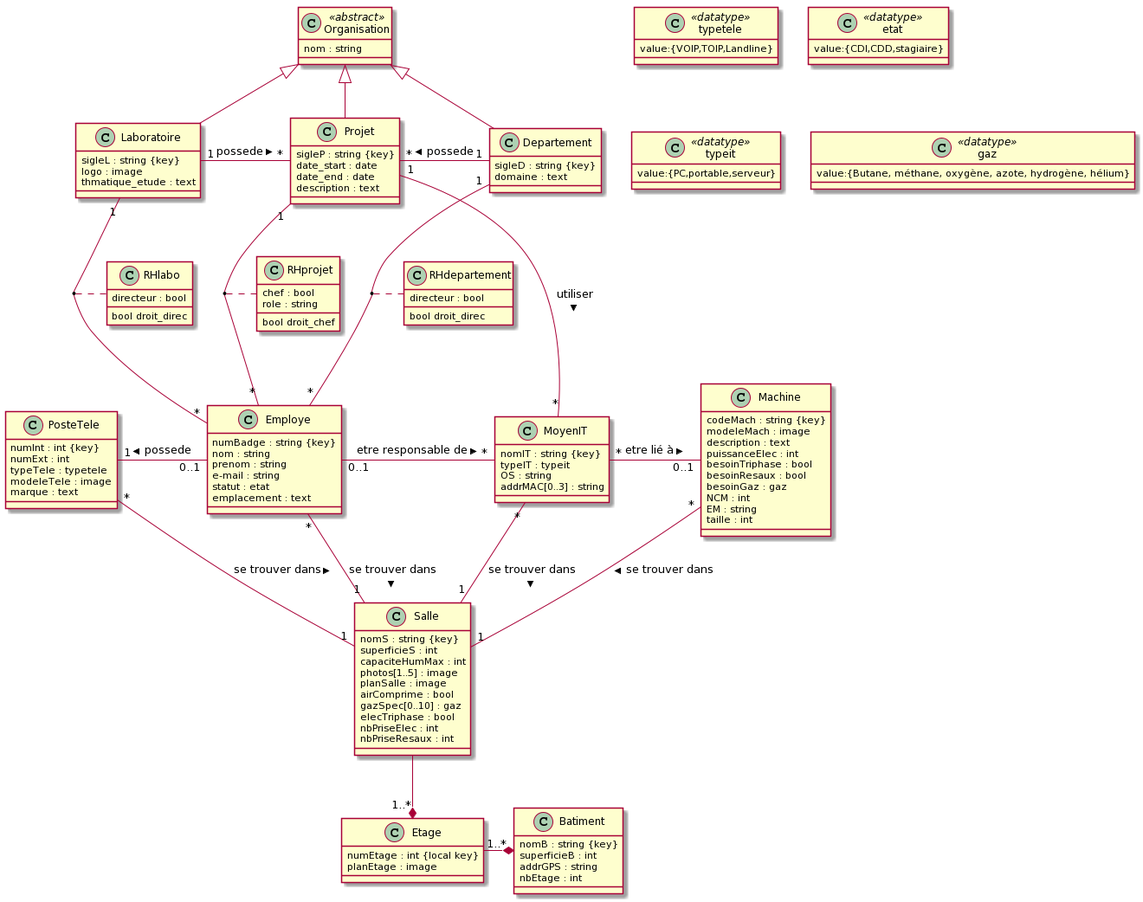
Above: MCD/UML.png in hanlinAumonde/nf17_projet_individuel (PlantUML), before the change.
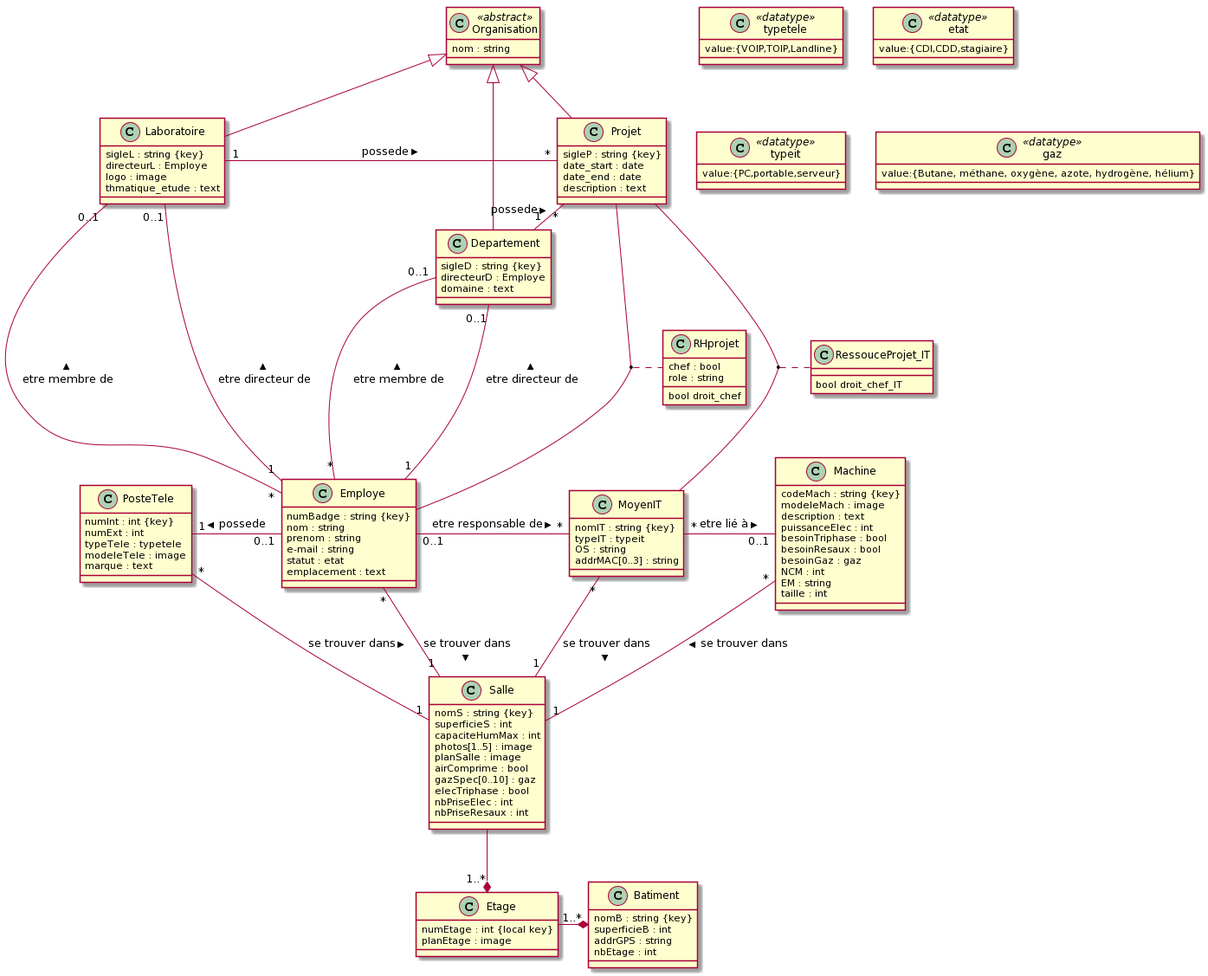
Later version of the same file.

Change to the diagram source:
```diff
@@ -5,6 +5,7 @@
 
 class Laboratoire{
   sigleL : string {key}
+  directeurL : Employe
   logo : image
   thmatique_etude : text
 }
@@ -18,6 +19,7 @@
 
 class Departement{
   sigleD : string {key}
+  directeurD : Employe
   domaine : text
 }
 
@@ -102,15 +104,6 @@
   nbEtage : int
 }
 
-class RHlabo{
-  directeur : bool
-  {method} bool droit_direc
-}
-
-class RHdepartement{
-  directeur : bool
-  {method} bool droit_direc
-}
 
 class RHprojet{
   chef : bool
@@ -118,18 +111,23 @@
   {method} bool droit_chef
 }
 
+class RessouceProjet_IT{
+  {method} bool droit_chef_IT
+}
+
 Organisation <|-- Laboratoire
 Organisation <|-- Projet
 Organisation <|-- Departement
 Laboratoire "1"-"*" Projet : possede >
 Projet "*"-"1" Departement : possede <
-Laboratoire "1"--"*" Employe
-(Laboratoire , Employe) . RHlabo
-Projet "1"--"*" Employe
+Laboratoire "0..1"--"*" Employe : etre membre de <
+Laboratoire "0..1"--"1" Employe : etre directeur de <
+Projet " "--" " Employe
 (Projet , Employe) . RHprojet
-Projet "1"--"*" MoyenIT : utiliser >
-Departement "1"--"*" Employe
-(Departement , Employe) . RHdepartement
+Projet " "--" " MoyenIT
+(Projet , MoyenIT) . RessouceProjet_IT
+Departement "0..1"--"*" Employe : etre membre de <
+Departement "0..1"--"1" Employe : etre directeur de <
 PosteTele "1"-"0..1" Employe : possede <
 Employe "0..1"-"*" MoyenIT : etre responsable de >
 MoyenIT "*"-"0..1" Machine : etre lié à >
```
